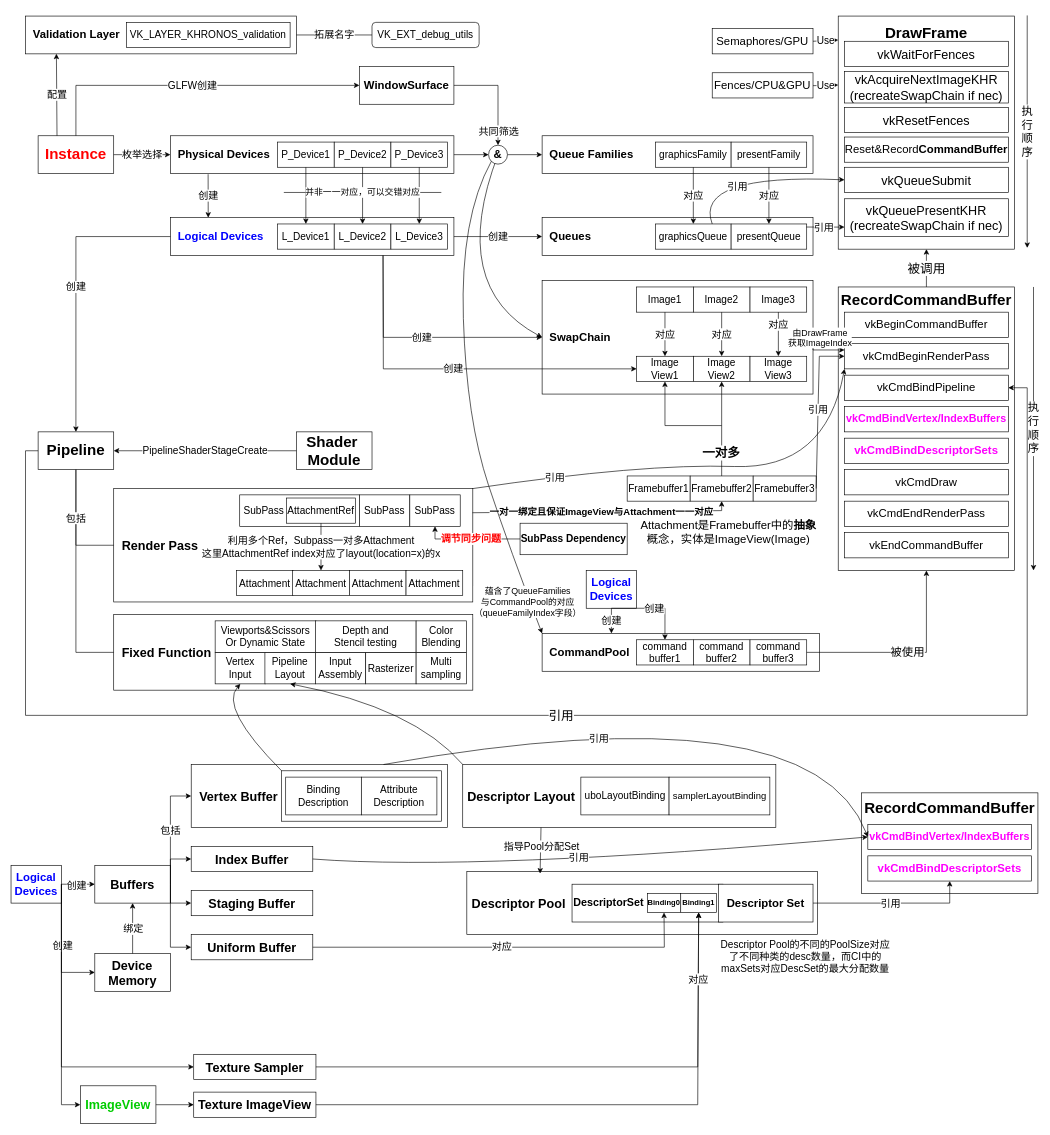
SleepEaaarly/Vulkan-Learning keeps this draw.io diagram as mindmaps/vulkan_tutorial.drawio. Above is the earlier version. Source tidied: cells renumbered, new cells numbered last; positions are measured from the earlier drawing's top-left corner, leaving out a move shared by most shapes. Both pictures are drawn from the tidied source at 63%, with x=0, y=0 at pixel (11, 15).
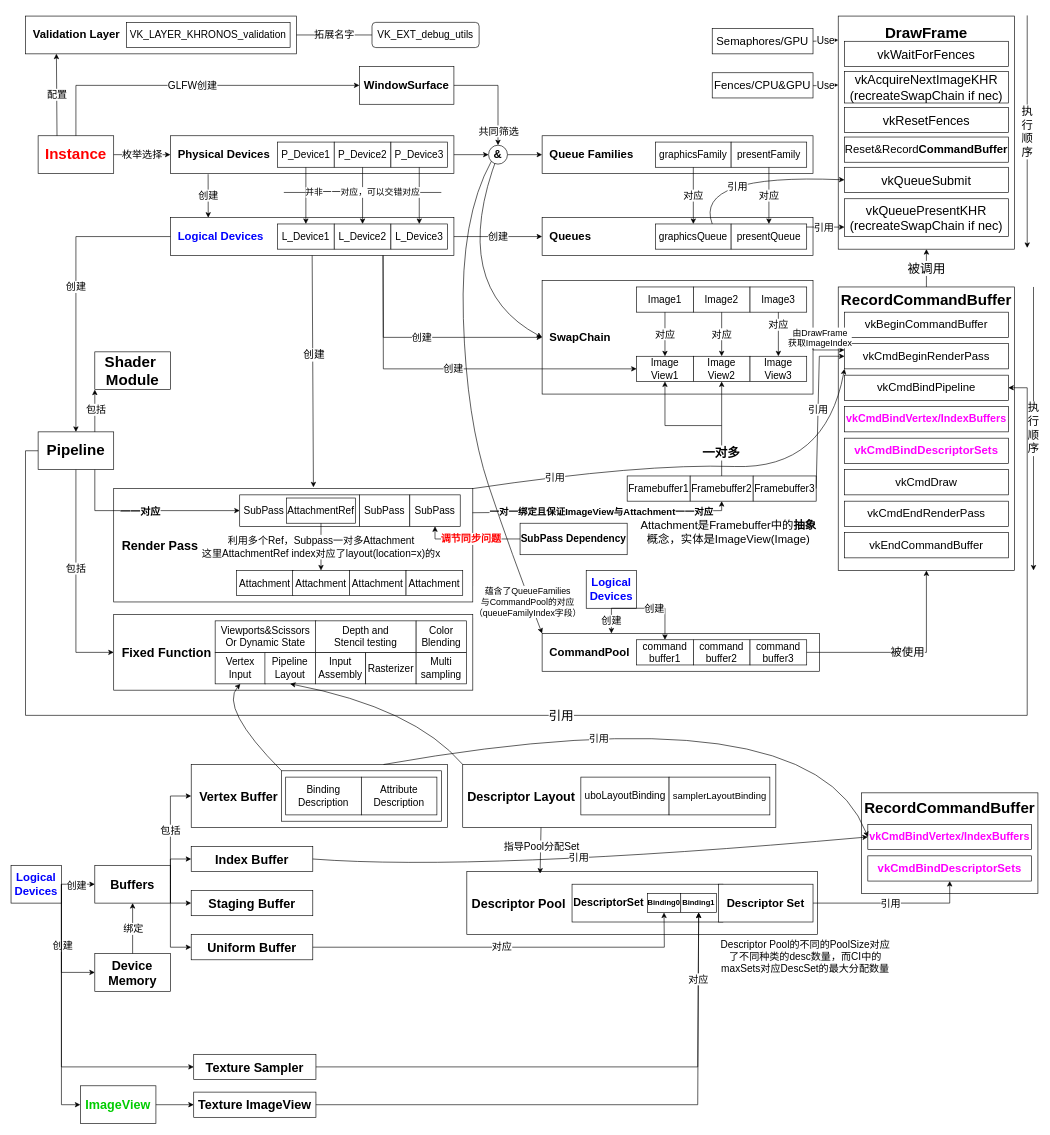
The same page after the edit.

Unchanged cells that the change refers to:
```xml
<mxCell id="13" value="&lt;font style=&quot;font-size: 18px; color: light-dark(rgb(0, 0, 255), rgb(237, 237, 237));&quot;&gt;&lt;b style=&quot;&quot;&gt;&amp;nbsp; Logical Devices&lt;/b&gt;&lt;/font&gt;" style="rounded=0;whiteSpace=wrap;html=1;align=left;" parent="1" vertex="1">
  <mxGeometry x="253" y="321" width="450" height="60" as="geometry" />
</mxCell>
<mxCell id="51" value="&lt;b&gt;&lt;font style=&quot;font-size: 24px; color: rgb(0, 0, 0);&quot;&gt;Pipeline&lt;/font&gt;&lt;/b&gt;" style="rounded=0;whiteSpace=wrap;html=1;" parent="1" vertex="1">
  <mxGeometry x="43" y="661" width="120" height="60" as="geometry" />
</mxCell>
<mxCell id="55" value="&lt;font style=&quot;font-size: 20px;&quot;&gt;&lt;b style=&quot;&quot;&gt;&amp;nbsp; Fixed Function&lt;/b&gt;&lt;/font&gt;" style="rounded=0;whiteSpace=wrap;html=1;align=left;" parent="1" vertex="1">
  <mxGeometry x="163" y="951" width="570" height="120" as="geometry" />
</mxCell>
<mxCell id="56" value="&lt;b&gt;&lt;font style=&quot;font-size: 20px;&quot;&gt;&amp;nbsp; Render Pass&lt;/font&gt;&lt;/b&gt;" style="rounded=0;whiteSpace=wrap;html=1;align=left;" parent="1" vertex="1">
  <mxGeometry x="163" y="751" width="570" height="180" as="geometry" />
</mxCell>
<mxCell id="67" value="&lt;font style=&quot;font-size: 16px;&quot;&gt;&amp;nbsp;SubPass&lt;/font&gt;" style="rounded=0;whiteSpace=wrap;html=1;align=left;" parent="1" vertex="1">
  <mxGeometry x="363" y="761" width="190" height="50" as="geometry" />
</mxCell>
```

Change to the diagram source:
```diff
@@
     <mxCell id="53" value="&lt;font style=&quot;font-size: 24px;&quot;&gt;&lt;b&gt;Shader&amp;nbsp;&lt;br&gt;Module&lt;/b&gt;&lt;/font&gt;" style="rounded=0;whiteSpace=wrap;html=1;" parent="1" vertex="1">
-      <mxGeometry x="453" y="661" width="120" height="60" as="geometry" />
+      <mxGeometry x="133" y="534" width="120" height="60" as="geometry" />
     </mxCell>
-    <mxCell id="54" value="&lt;font style=&quot;font-size: 16px;&quot;&gt;PipelineShaderStageCreate&lt;/font&gt;" style="endArrow=classic;html=1;rounded=0;exitX=0;exitY=0.5;exitDx=0;exitDy=0;entryX=1;entryY=0.5;entryDx=0;entryDy=0;" parent="1" edge="1" source="53" target="51">
-      <mxGeometry relative="1" as="geometry" />
-    </mxCell>
@@
-    <mxCell id="57" style="endArrow=none;html=1;rounded=0;exitX=0.5;exitY=1;exitDx=0;exitDy=0;entryX=0;entryY=0.5;entryDx=0;entryDy=0;" parent="1" edge="1" source="51" target="56">
-      <mxGeometry relative="1" as="geometry">
-        <Array as="points">
-          <mxPoint x="103" y="841" />
-        </Array>
-      </mxGeometry>
-    </mxCell>
-    <mxCell id="58" value="&lt;font style=&quot;font-size: 16px;&quot;&gt;包括&lt;/font&gt;" style="endArrow=none;html=1;rounded=0;exitX=0.5;exitY=1;exitDx=0;exitDy=0;entryX=0;entryY=0.5;entryDx=0;entryDy=0;" parent="1" edge="1" source="51" target="55">
-      <mxGeometry x="-0.56" relative="1" as="geometry">
-        <Array as="points">
-          <mxPoint x="103" y="1011" />
-        </Array>
-      </mxGeometry>
-    </mxCell>
@@
+    <mxCell id="58" style="endArrow=classic;html=1;rounded=0;exitX=0.5;exitY=1;exitDx=0;exitDy=0;entryX=0;entryY=0.5;entryDx=0;entryDy=0;" parent="1" edge="1" source="51" target="55">
+      <mxGeometry relative="1" as="geometry">
+        <Array as="points">
+          <mxPoint x="103" y="1011" />
+        </Array>
+      </mxGeometry>
+    </mxCell>
+    <mxCell id="182" value="&lt;font style=&quot;font-size: 16px;&quot;&gt;包括&lt;/font&gt;" style="edgeLabel;html=1;align=center;verticalAlign=middle;" parent="58" vertex="1">
+      <mxGeometry x="-0.11" y="-1" relative="1" as="geometry" />
+    </mxCell>
+    <mxCell id="183" style="endArrow=classic;html=1;rounded=0;exitX=0.75;exitY=0;exitDx=0;exitDy=0;entryX=0;entryY=1;entryDx=0;entryDy=0;" parent="1" edge="1" source="51" target="53">
+      <mxGeometry relative="1" as="geometry" />
+    </mxCell>
+    <mxCell id="184" value="包括" style="edgeLabel;html=1;align=center;verticalAlign=middle;fontSize=16;" parent="183" vertex="1">
+      <mxGeometry x="0.06" y="-1" relative="1" as="geometry" />
+    </mxCell>
+    <mxCell id="185" style="endArrow=classic;html=1;rounded=0;exitX=0.5;exitY=1;exitDx=0;exitDy=0;" parent="1" edge="1" source="13">
+      <mxGeometry relative="1" as="geometry">
+        <mxPoint x="480" y="749" as="targetPoint" />
+      </mxGeometry>
+    </mxCell>
+    <mxCell id="186" value="&lt;font style=&quot;font-size: 17px;&quot;&gt;创建&lt;/font&gt;" style="edgeLabel;html=1;align=center;verticalAlign=middle;" parent="185" vertex="1">
+      <mxGeometry x="-0.14" y="2" relative="1" as="geometry" />
+    </mxCell>
+    <mxCell id="187" style="endArrow=classic;html=1;rounded=0;exitX=0.75;exitY=1;exitDx=0;exitDy=0;entryX=0;entryY=0.5;entryDx=0;entryDy=0;" parent="1" edge="1" source="51" target="67">
+      <mxGeometry relative="1" as="geometry">
+        <Array as="points">
+          <mxPoint x="133" y="786" />
+        </Array>
+      </mxGeometry>
+    </mxCell>
+    <mxCell id="188" value="&lt;font style=&quot;font-size: 16px;&quot;&gt;&lt;b&gt;一一对应&lt;/b&gt;&lt;/font&gt;" style="edgeLabel;html=1;align=center;verticalAlign=middle;" parent="187" vertex="1">
+      <mxGeometry x="-0.08" y="1" relative="1" as="geometry">
+        <mxPoint y="1" as="offset" />
+      </mxGeometry>
+    </mxCell>
```
